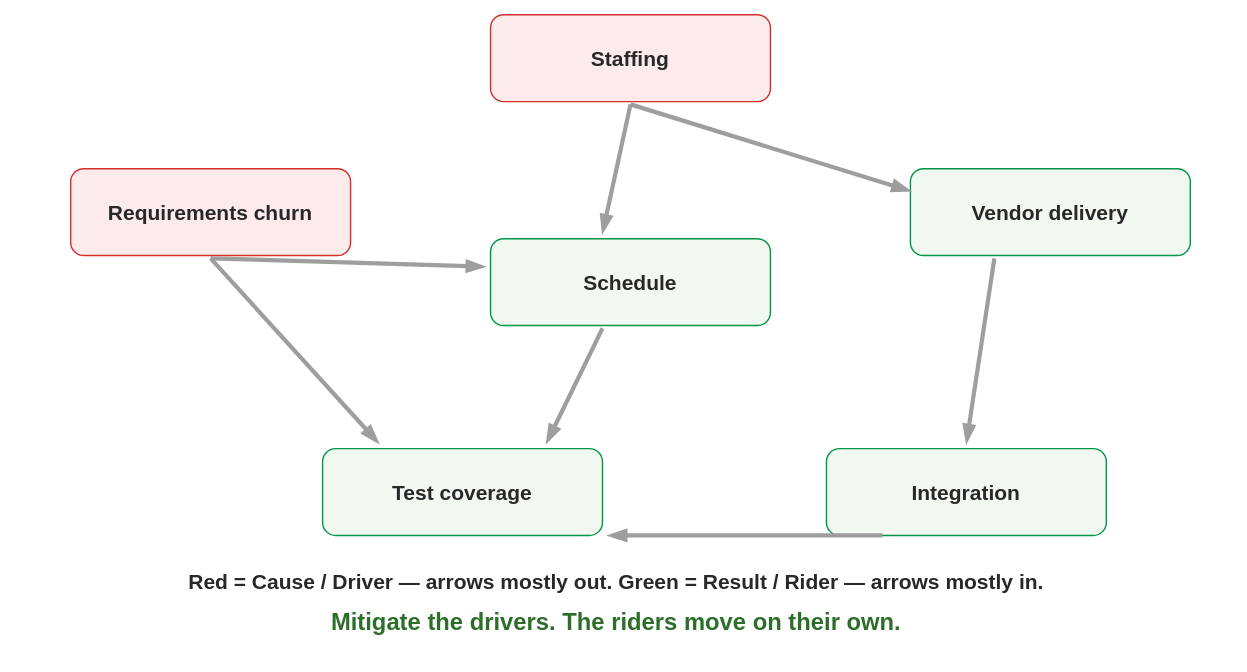
Above: content/needs/risks/risk-digraph.svg in msdbok/msdbok.github.io (draw.io), before the change. Source tidied: cells renumbered, new cells last; positions are measured from the earlier drawing's top-left corner, leaving out a move shared by most shapes. Source of this version:
```xml
<mxGraphModel>
  <root>
    <mxCell id="0" />
    <mxCell id="1" parent="0" />
    <mxCell id="2" value="Staffing" style="rounded=1;whiteSpace=wrap;html=1;fillColor=#fdeaea;strokeColor=#d32f2f;fontFamily=Tahoma,Verdana,sans-serif;fontColor=#282828;fontSize=15;fontStyle=1;" parent="1" vertex="1">
      <mxGeometry x="340" width="200" height="62" as="geometry" />
    </mxCell>
    <mxCell id="3" value="Vendor delivery" style="rounded=1;whiteSpace=wrap;html=1;fillColor=#f0f8f0;strokeColor=#019546;fontFamily=Tahoma,Verdana,sans-serif;fontColor=#282828;fontSize=15;fontStyle=1;" parent="1" vertex="1">
      <mxGeometry x="640" y="110" width="200" height="62" as="geometry" />
    </mxCell>
    <mxCell id="4" value="Integration" style="rounded=1;whiteSpace=wrap;html=1;fillColor=#f0f8f0;strokeColor=#019546;fontFamily=Tahoma,Verdana,sans-serif;fontColor=#282828;fontSize=15;fontStyle=1;" parent="1" vertex="1">
      <mxGeometry x="580" y="310" width="200" height="62" as="geometry" />
    </mxCell>
    <mxCell id="5" value="Test coverage" style="rounded=1;whiteSpace=wrap;html=1;fillColor=#f0f8f0;strokeColor=#019546;fontFamily=Tahoma,Verdana,sans-serif;fontColor=#282828;fontSize=15;fontStyle=1;" parent="1" vertex="1">
      <mxGeometry x="220" y="310" width="200" height="62" as="geometry" />
    </mxCell>
    <mxCell id="6" value="Requirements churn" style="rounded=1;whiteSpace=wrap;html=1;fillColor=#fdeaea;strokeColor=#d32f2f;fontFamily=Tahoma,Verdana,sans-serif;fontColor=#282828;fontSize=15;fontStyle=1;" parent="1" vertex="1">
      <mxGeometry x="40" y="110" width="200" height="62" as="geometry" />
    </mxCell>
    <mxCell id="7" value="Schedule" style="rounded=1;whiteSpace=wrap;html=1;fillColor=#f0f8f0;strokeColor=#019546;fontFamily=Tahoma,Verdana,sans-serif;fontColor=#282828;fontSize=15;fontStyle=1;" parent="1" vertex="1">
      <mxGeometry x="340" y="160" width="200" height="62" as="geometry" />
    </mxCell>
    <mxCell id="8" style="endArrow=blockThin;html=1;strokeColor=#9e9e9e;strokeWidth=3;fontFamily=Tahoma,Verdana,sans-serif;fontColor=#282828;fontSize=13;dashed=0;curved=0;endFill=1;" parent="1" edge="1">
      <mxGeometry relative="1" as="geometry">
        <mxPoint x="440" y="64" as="sourcePoint" />
        <mxPoint x="640" y="126" as="targetPoint" />
      </mxGeometry>
    </mxCell>
    <mxCell id="9" style="endArrow=blockThin;html=1;strokeColor=#9e9e9e;strokeWidth=3;fontFamily=Tahoma,Verdana,sans-serif;fontColor=#282828;fontSize=13;dashed=0;curved=0;endFill=1;" parent="1" edge="1">
      <mxGeometry relative="1" as="geometry">
        <mxPoint x="140" y="174" as="sourcePoint" />
        <mxPoint x="336" y="180" as="targetPoint" />
      </mxGeometry>
    </mxCell>
    <mxCell id="10" style="endArrow=blockThin;html=1;strokeColor=#9e9e9e;strokeWidth=3;fontFamily=Tahoma,Verdana,sans-serif;fontColor=#282828;fontSize=13;dashed=0;curved=0;endFill=1;" parent="1" edge="1">
      <mxGeometry relative="1" as="geometry">
        <mxPoint x="440" y="64" as="sourcePoint" />
        <mxPoint x="420" y="156" as="targetPoint" />
      </mxGeometry>
    </mxCell>
    <mxCell id="11" style="endArrow=blockThin;html=1;strokeColor=#9e9e9e;strokeWidth=3;fontFamily=Tahoma,Verdana,sans-serif;fontColor=#282828;fontSize=13;dashed=0;curved=0;endFill=1;" parent="1" edge="1">
      <mxGeometry relative="1" as="geometry">
        <mxPoint x="700" y="174" as="sourcePoint" />
        <mxPoint x="680" y="306" as="targetPoint" />
      </mxGeometry>
    </mxCell>
    <mxCell id="12" style="endArrow=blockThin;html=1;strokeColor=#9e9e9e;strokeWidth=3;fontFamily=Tahoma,Verdana,sans-serif;fontColor=#282828;fontSize=13;dashed=0;curved=0;endFill=1;" parent="1" edge="1">
      <mxGeometry relative="1" as="geometry">
        <mxPoint x="620" y="372" as="sourcePoint" />
        <mxPoint x="424" y="372" as="targetPoint" />
      </mxGeometry>
    </mxCell>
    <mxCell id="13" style="endArrow=blockThin;html=1;strokeColor=#9e9e9e;strokeWidth=3;fontFamily=Tahoma,Verdana,sans-serif;fontColor=#282828;fontSize=13;dashed=0;curved=0;endFill=1;" parent="1" edge="1">
      <mxGeometry relative="1" as="geometry">
        <mxPoint x="140" y="174" as="sourcePoint" />
        <mxPoint x="260" y="306" as="targetPoint" />
      </mxGeometry>
    </mxCell>
    <mxCell id="14" style="endArrow=blockThin;html=1;strokeColor=#9e9e9e;strokeWidth=3;fontFamily=Tahoma,Verdana,sans-serif;fontColor=#282828;fontSize=13;dashed=0;curved=0;endFill=1;" parent="1" edge="1">
      <mxGeometry relative="1" as="geometry">
        <mxPoint x="420" y="224" as="sourcePoint" />
        <mxPoint x="380" y="306" as="targetPoint" />
      </mxGeometry>
    </mxCell>
    <mxCell id="15" value="Red = Cause / Driver — arrows mostly out.   Green = Result / Rider — arrows mostly in." style="text;html=1;strokeColor=none;fillColor=none;align=center;verticalAlign=middle;whiteSpace=wrap;fontFamily=Tahoma,Verdana,sans-serif;fontColor=#282828;fontSize=15;fontStyle=1;" parent="1" vertex="1">
      <mxGeometry y="392" width="860" height="26" as="geometry" />
    </mxCell>
    <mxCell id="16" value="Mitigate the drivers. The riders move on their own." style="text;html=1;strokeColor=none;fillColor=none;align=center;verticalAlign=middle;whiteSpace=wrap;fontFamily=Tahoma,Verdana,sans-serif;fontColor=#2D6E2A;fontSize=17;fontStyle=1;" parent="1" vertex="1">
      <mxGeometry y="422" width="860" height="26" as="geometry" />
    </mxCell>
  </root>
</mxGraphModel>
```
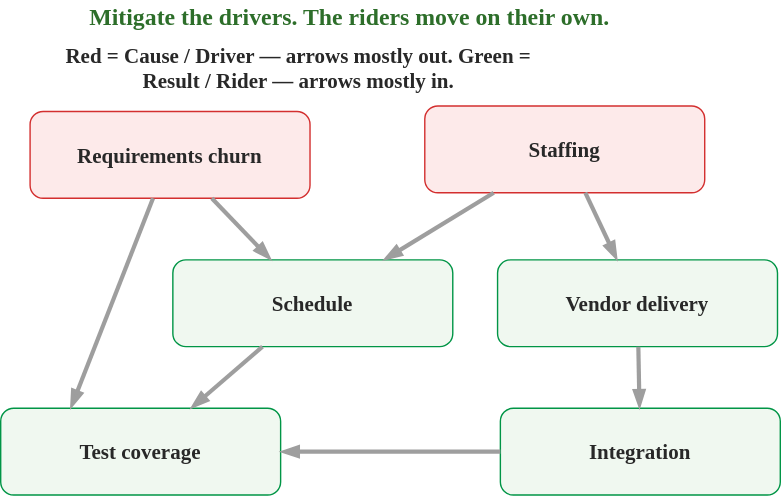
Above is the later version.

Diff of the diagram source:
```diff
@@ -3,70 +3,49 @@
     <mxCell id="0" />
     <mxCell id="1" parent="0" />
     <mxCell id="2" value="Staffing" style="rounded=1;whiteSpace=wrap;html=1;fillColor=#fdeaea;strokeColor=#d32f2f;fontFamily=Tahoma,Verdana,sans-serif;fontColor=#282828;fontSize=15;fontStyle=1;" parent="1" vertex="1">
-      <mxGeometry x="340" width="200" height="62" as="geometry" />
+      <mxGeometry x="520" y="50" width="200" height="62" as="geometry" />
     </mxCell>
     <mxCell id="3" value="Vendor delivery" style="rounded=1;whiteSpace=wrap;html=1;fillColor=#f0f8f0;strokeColor=#019546;fontFamily=Tahoma,Verdana,sans-serif;fontColor=#282828;fontSize=15;fontStyle=1;" parent="1" vertex="1">
-      <mxGeometry x="640" y="110" width="200" height="62" as="geometry" />
+      <mxGeometry x="572" y="160" width="200" height="62" as="geometry" />
     </mxCell>
     <mxCell id="4" value="Integration" style="rounded=1;whiteSpace=wrap;html=1;fillColor=#f0f8f0;strokeColor=#019546;fontFamily=Tahoma,Verdana,sans-serif;fontColor=#282828;fontSize=15;fontStyle=1;" parent="1" vertex="1">
-      <mxGeometry x="580" y="310" width="200" height="62" as="geometry" />
+      <mxGeometry x="574" y="266" width="200" height="62" as="geometry" />
     </mxCell>
     <mxCell id="5" value="Test coverage" style="rounded=1;whiteSpace=wrap;html=1;fillColor=#f0f8f0;strokeColor=#019546;fontFamily=Tahoma,Verdana,sans-serif;fontColor=#282828;fontSize=15;fontStyle=1;" parent="1" vertex="1">
-      <mxGeometry x="220" y="310" width="200" height="62" as="geometry" />
+      <mxGeometry x="217" y="266" width="200" height="62" as="geometry" />
     </mxCell>
     <mxCell id="6" value="Requirements churn" style="rounded=1;whiteSpace=wrap;html=1;fillColor=#fdeaea;strokeColor=#d32f2f;fontFamily=Tahoma,Verdana,sans-serif;fontColor=#282828;fontSize=15;fontStyle=1;" parent="1" vertex="1">
-      <mxGeometry x="40" y="110" width="200" height="62" as="geometry" />
+      <mxGeometry x="238" y="54" width="200" height="62" as="geometry" />
     </mxCell>
     <mxCell id="7" value="Schedule" style="rounded=1;whiteSpace=wrap;html=1;fillColor=#f0f8f0;strokeColor=#019546;fontFamily=Tahoma,Verdana,sans-serif;fontColor=#282828;fontSize=15;fontStyle=1;" parent="1" vertex="1">
       <mxGeometry x="340" y="160" width="200" height="62" as="geometry" />
     </mxCell>
-    <mxCell id="8" style="endArrow=blockThin;html=1;strokeColor=#9e9e9e;strokeWidth=3;fontFamily=Tahoma,Verdana,sans-serif;fontColor=#282828;fontSize=13;dashed=0;curved=0;endFill=1;" parent="1" edge="1">
-      <mxGeometry relative="1" as="geometry">
-        <mxPoint x="440" y="64" as="sourcePoint" />
-        <mxPoint x="640" y="126" as="targetPoint" />
-      </mxGeometry>
+    <mxCell id="8" style="endArrow=blockThin;html=1;strokeColor=#9e9e9e;strokeWidth=3;fontFamily=Tahoma,Verdana,sans-serif;fontColor=#282828;fontSize=13;dashed=0;curved=0;endFill=1;" parent="1" edge="1" source="2" target="3">
+      <mxGeometry relative="1" as="geometry" />
     </mxCell>
-    <mxCell id="9" style="endArrow=blockThin;html=1;strokeColor=#9e9e9e;strokeWidth=3;fontFamily=Tahoma,Verdana,sans-serif;fontColor=#282828;fontSize=13;dashed=0;curved=0;endFill=1;" parent="1" edge="1">
-      <mxGeometry relative="1" as="geometry">
-        <mxPoint x="140" y="174" as="sourcePoint" />
-        <mxPoint x="336" y="180" as="targetPoint" />
-      </mxGeometry>
+    <mxCell id="9" style="endArrow=blockThin;html=1;strokeColor=#9e9e9e;strokeWidth=3;fontFamily=Tahoma,Verdana,sans-serif;fontColor=#282828;fontSize=13;dashed=0;curved=0;endFill=1;" parent="1" edge="1" source="6" target="7">
+      <mxGeometry relative="1" as="geometry" />
     </mxCell>
-    <mxCell id="10" style="endArrow=blockThin;html=1;strokeColor=#9e9e9e;strokeWidth=3;fontFamily=Tahoma,Verdana,sans-serif;fontColor=#282828;fontSize=13;dashed=0;curved=0;endFill=1;" parent="1" edge="1">
-      <mxGeometry relative="1" as="geometry">
-        <mxPoint x="440" y="64" as="sourcePoint" />
-        <mxPoint x="420" y="156" as="targetPoint" />
-      </mxGeometry>
+    <mxCell id="10" style="endArrow=blockThin;html=1;strokeColor=#9e9e9e;strokeWidth=3;fontFamily=Tahoma,Verdana,sans-serif;fontColor=#282828;fontSize=13;dashed=0;curved=0;endFill=1;" parent="1" edge="1" source="2" target="7">
+      <mxGeometry relative="1" as="geometry" />
     </mxCell>
-    <mxCell id="11" style="endArrow=blockThin;html=1;strokeColor=#9e9e9e;strokeWidth=3;fontFamily=Tahoma,Verdana,sans-serif;fontColor=#282828;fontSize=13;dashed=0;curved=0;endFill=1;" parent="1" edge="1">
-      <mxGeometry relative="1" as="geometry">
-        <mxPoint x="700" y="174" as="sourcePoint" />
-        <mxPoint x="680" y="306" as="targetPoint" />
-      </mxGeometry>
+    <mxCell id="11" style="endArrow=blockThin;html=1;strokeColor=#9e9e9e;strokeWidth=3;fontFamily=Tahoma,Verdana,sans-serif;fontColor=#282828;fontSize=13;dashed=0;curved=0;endFill=1;" parent="1" edge="1" source="3" target="4">
+      <mxGeometry relative="1" as="geometry" />
     </mxCell>
-    <mxCell id="12" style="endArrow=blockThin;html=1;strokeColor=#9e9e9e;strokeWidth=3;fontFamily=Tahoma,Verdana,sans-serif;fontColor=#282828;fontSize=13;dashed=0;curved=0;endFill=1;" parent="1" edge="1">
-      <mxGeometry relative="1" as="geometry">
-        <mxPoint x="620" y="372" as="sourcePoint" />
-        <mxPoint x="424" y="372" as="targetPoint" />
-      </mxGeometry>
+    <mxCell id="12" style="endArrow=blockThin;html=1;strokeColor=#9e9e9e;strokeWidth=3;fontFamily=Tahoma,Verdana,sans-serif;fontColor=#282828;fontSize=13;dashed=0;curved=0;endFill=1;" parent="1" edge="1" source="4" target="5">
+      <mxGeometry relative="1" as="geometry" />
     </mxCell>
-    <mxCell id="13" style="endArrow=blockThin;html=1;strokeColor=#9e9e9e;strokeWidth=3;fontFamily=Tahoma,Verdana,sans-serif;fontColor=#282828;fontSize=13;dashed=0;curved=0;endFill=1;" parent="1" edge="1">
-      <mxGeometry relative="1" as="geometry">
-        <mxPoint x="140" y="174" as="sourcePoint" />
-        <mxPoint x="260" y="306" as="targetPoint" />
-      </mxGeometry>
+    <mxCell id="13" style="endArrow=blockThin;html=1;strokeColor=#9e9e9e;strokeWidth=3;fontFamily=Tahoma,Verdana,sans-serif;fontColor=#282828;fontSize=13;dashed=0;curved=0;endFill=1;entryX=0.25;entryY=0;entryDx=0;entryDy=0;" parent="1" edge="1" source="6" target="5">
+      <mxGeometry relative="1" as="geometry" />
     </mxCell>
-    <mxCell id="14" style="endArrow=blockThin;html=1;strokeColor=#9e9e9e;strokeWidth=3;fontFamily=Tahoma,Verdana,sans-serif;fontColor=#282828;fontSize=13;dashed=0;curved=0;endFill=1;" parent="1" edge="1">
-      <mxGeometry relative="1" as="geometry">
-        <mxPoint x="420" y="224" as="sourcePoint" />
-        <mxPoint x="380" y="306" as="targetPoint" />
-      </mxGeometry>
+    <mxCell id="14" style="endArrow=blockThin;html=1;strokeColor=#9e9e9e;strokeWidth=3;fontFamily=Tahoma,Verdana,sans-serif;fontColor=#282828;fontSize=13;dashed=0;curved=0;endFill=1;" parent="1" edge="1" source="7" target="5">
+      <mxGeometry relative="1" as="geometry" />
     </mxCell>
     <mxCell id="15" value="Red = Cause / Driver — arrows mostly out.   Green = Result / Rider — arrows mostly in." style="text;html=1;strokeColor=none;fillColor=none;align=center;verticalAlign=middle;whiteSpace=wrap;fontFamily=Tahoma,Verdana,sans-serif;fontColor=#282828;fontSize=15;fontStyle=1;" parent="1" vertex="1">
-      <mxGeometry y="392" width="860" height="26" as="geometry" />
+      <mxGeometry x="247" y="10" width="366" height="26" as="geometry" />
     </mxCell>
     <mxCell id="16" value="Mitigate the drivers. The riders move on their own." style="text;html=1;strokeColor=none;fillColor=none;align=center;verticalAlign=middle;whiteSpace=wrap;fontFamily=Tahoma,Verdana,sans-serif;fontColor=#2D6E2A;fontSize=17;fontStyle=1;" parent="1" vertex="1">
-      <mxGeometry y="422" width="860" height="26" as="geometry" />
+      <mxGeometry x="226" y="-25" width="481" height="26" as="geometry" />
     </mxCell>
   </root>
 </mxGraphModel>
```
